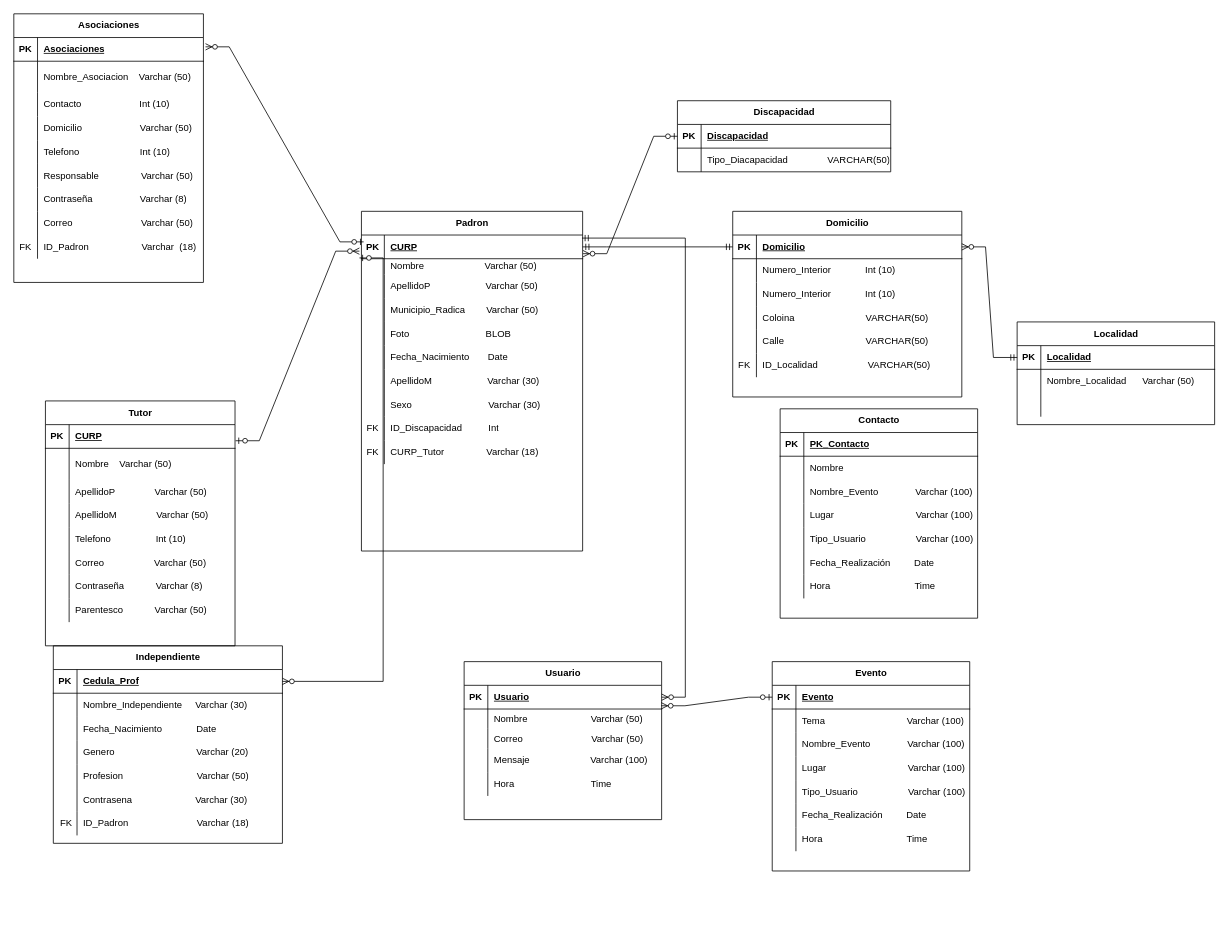
The draw.io diagram diccionario_de_datos.drawio in OSCARCH2002/diagramas, before the edit. Source tidied: cells renumbered, new cells numbered last; positions are measured from the earlier drawing's top-left corner, leaving out a move shared by most shapes. Both pictures are drawn from the tidied source at 79%, with x=0, y=0 at pixel (13, 13).
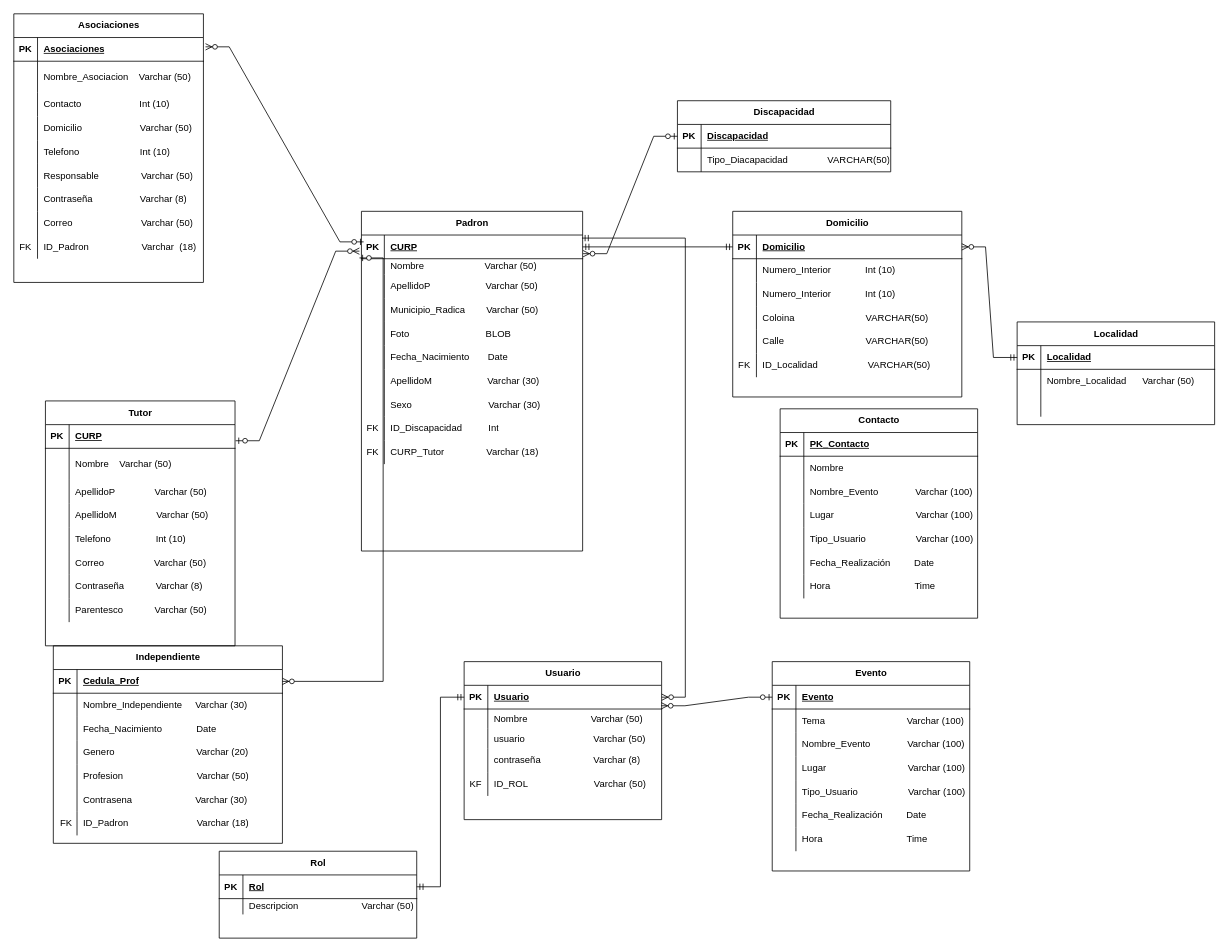
The same page after the edit.

The change refers to these unchanged cells:
```xml
<mxCell id="100" style="shape=tableRow;horizontal=0;startSize=0;swimlaneHead=0;swimlaneBody=0;fillColor=none;points=[[0,0.5],[1,0.5]];portConstraint=eastwest;top=0;left=0;right=0;bottom=1;" parent="99" vertex="1">
  <mxGeometry y="30" width="250" height="30" as="geometry" />
</mxCell>
<mxCell id="106" style="shape=tableRow;horizontal=0;startSize=0;swimlaneHead=0;swimlaneBody=0;fillColor=none;top=0;left=0;right=0;bottom=0;" parent="99" vertex="1">
  <mxGeometry y="85" width="250" height="25" as="geometry" />
</mxCell>
<mxCell id="109" style="shape=tableRow;horizontal=0;startSize=0;swimlaneHead=0;swimlaneBody=0;fillColor=none;top=0;left=0;right=0;bottom=0;" parent="99" vertex="1">
  <mxGeometry y="110" width="250" height="30" as="geometry" />
</mxCell>
<mxCell id="112" style="shape=tableRow;horizontal=0;startSize=0;swimlaneHead=0;swimlaneBody=0;fillColor=none;top=0;left=0;right=0;bottom=0;" parent="99" vertex="1">
  <mxGeometry y="140" width="250" height="30" as="geometry" />
</mxCell>
```

Change to the diagram source:
```diff
@@
-    <mxCell id="108" value="Correo&amp;nbsp; &amp;nbsp; &amp;nbsp; &amp;nbsp; &amp;nbsp; &amp;nbsp; &amp;nbsp; &amp;nbsp; &amp;nbsp; &amp;nbsp; &amp;nbsp; &amp;nbsp; &amp;nbsp; Varchar (50)" style="shape=partialRectangle;fillColor=none;top=0;left=0;bottom=0;right=0;align=left;spacingLeft=6;overflow=hidden;whiteSpace=wrap;html=1;" parent="106" vertex="1">
+    <mxCell id="108" value="usuario&amp;nbsp; &amp;nbsp; &amp;nbsp; &amp;nbsp; &amp;nbsp; &amp;nbsp; &amp;nbsp; &amp;nbsp; &amp;nbsp; &amp;nbsp; &amp;nbsp; &amp;nbsp; &amp;nbsp; Varchar (50)" style="shape=partialRectangle;fillColor=none;top=0;left=0;bottom=0;right=0;align=left;spacingLeft=6;overflow=hidden;whiteSpace=wrap;html=1;" parent="106" vertex="1">
       <mxGeometry x="30" width="220" height="25" as="geometry" />
     </mxCell>
@@
-    <mxCell id="111" value="Mensaje&amp;nbsp; &amp;nbsp; &amp;nbsp; &amp;nbsp; &amp;nbsp; &amp;nbsp; &amp;nbsp; &amp;nbsp; &amp;nbsp; &amp;nbsp; &amp;nbsp; &amp;nbsp;Varchar (100)" style="shape=partialRectangle;fillColor=none;top=0;left=0;bottom=0;right=0;align=left;spacingLeft=6;overflow=hidden;whiteSpace=wrap;html=1;" parent="109" vertex="1">
+    <mxCell id="111" value="contraseña&amp;nbsp; &amp;nbsp; &amp;nbsp; &amp;nbsp; &amp;nbsp; &amp;nbsp; &amp;nbsp; &amp;nbsp; &amp;nbsp; &amp;nbsp; Varchar (8)" style="shape=partialRectangle;fillColor=none;top=0;left=0;bottom=0;right=0;align=left;spacingLeft=6;overflow=hidden;whiteSpace=wrap;html=1;" parent="109" vertex="1">
       <mxGeometry x="30" width="220" height="30" as="geometry" />
     </mxCell>
@@
-    <mxCell id="113" style="shape=partialRectangle;fillColor=none;top=0;left=0;bottom=0;right=0;overflow=hidden;whiteSpace=wrap;html=1;" parent="112" vertex="1">
-      <mxGeometry width="30" height="30" as="geometry" />
-    </mxCell>
-    <mxCell id="114" value="Hora&amp;nbsp; &amp;nbsp; &amp;nbsp; &amp;nbsp; &amp;nbsp; &amp;nbsp; &amp;nbsp; &amp;nbsp; &amp;nbsp; &amp;nbsp; &amp;nbsp; &amp;nbsp; &amp;nbsp; &amp;nbsp; &amp;nbsp;Time&amp;nbsp;" style="shape=partialRectangle;fillColor=none;top=0;left=0;bottom=0;right=0;align=left;spacingLeft=6;overflow=hidden;whiteSpace=wrap;html=1;" parent="112" vertex="1">
-      <mxGeometry x="30" width="220" height="30" as="geometry" />
-    </mxCell>
+    <mxCell id="220" value="KF" style="shape=partialRectangle;fillColor=none;top=0;left=0;bottom=0;right=0;overflow=hidden;whiteSpace=wrap;html=1;" parent="112" vertex="1">
+      <mxGeometry width="30" height="30" as="geometry" />
+    </mxCell>
+    <mxCell id="221" value="ID_ROL&amp;nbsp; &amp;nbsp; &amp;nbsp; &amp;nbsp; &amp;nbsp; &amp;nbsp; &amp;nbsp; &amp;nbsp; &amp;nbsp; &amp;nbsp; &amp;nbsp; &amp;nbsp; &amp;nbsp;Varchar (50)" style="shape=partialRectangle;fillColor=none;top=0;left=0;bottom=0;right=0;align=left;spacingLeft=6;overflow=hidden;whiteSpace=wrap;html=1;" parent="112" vertex="1">
+      <mxGeometry x="30" width="220" height="30" as="geometry" />
+    </mxCell>
@@
+    <mxCell id="222" value="Rol" style="shape=table;startSize=30;childLayout=tableLayout;rowLines=0;fontStyle=1;align=center;html=1;" parent="1" vertex="1">
+      <mxGeometry x="260" y="1060" width="250" height="110" as="geometry" />
+    </mxCell>
+    <mxCell id="223" style="shape=tableRow;horizontal=0;startSize=0;swimlaneHead=0;swimlaneBody=0;fillColor=none;points=[[0,0.5],[1,0.5]];portConstraint=eastwest;top=0;left=0;right=0;bottom=1;" parent="222" vertex="1">
+      <mxGeometry y="30" width="250" height="30" as="geometry" />
+    </mxCell>
+    <mxCell id="224" value="PK" style="shape=partialRectangle;fillColor=none;top=0;left=0;bottom=0;right=0;fontStyle=1;overflow=hidden;whiteSpace=wrap;html=1;" parent="223" vertex="1">
+      <mxGeometry width="30" height="30" as="geometry" />
+    </mxCell>
+    <mxCell id="225" value="Rol" style="shape=partialRectangle;fillColor=none;top=0;left=0;bottom=0;right=0;align=left;spacingLeft=6;fontStyle=5;overflow=hidden;whiteSpace=wrap;html=1;" parent="223" vertex="1">
+      <mxGeometry x="30" width="220" height="30" as="geometry" />
+    </mxCell>
+    <mxCell id="226" style="shape=tableRow;horizontal=0;startSize=0;swimlaneHead=0;swimlaneBody=0;fillColor=none;top=0;left=0;right=0;bottom=0;" parent="222" vertex="1">
+      <mxGeometry y="60" width="250" height="20" as="geometry" />
+    </mxCell>
+    <mxCell id="227" style="shape=partialRectangle;fillColor=none;top=0;left=0;bottom=0;right=0;overflow=hidden;whiteSpace=wrap;html=1;" parent="226" vertex="1">
+      <mxGeometry width="30" height="20" as="geometry" />
+    </mxCell>
+    <mxCell id="228" value="Descripcion&amp;nbsp; &amp;nbsp; &amp;nbsp; &amp;nbsp; &amp;nbsp; &amp;nbsp; &amp;nbsp; &amp;nbsp; &amp;nbsp; &amp;nbsp; &amp;nbsp; &amp;nbsp; Varchar (50)" style="shape=partialRectangle;fillColor=none;top=0;left=0;bottom=0;right=0;align=left;spacingLeft=6;overflow=hidden;whiteSpace=wrap;html=1;" parent="226" vertex="1">
+      <mxGeometry x="30" width="220" height="20" as="geometry" />
+    </mxCell>
+    <mxCell id="229" style="edgeStyle=entityRelationEdgeStyle;fontSize=12;html=1;endArrow=ERmandOne;startArrow=ERmandOne;rounded=0;entryX=0;entryY=0.5;entryDx=0;entryDy=0;exitX=1;exitY=0.5;exitDx=0;exitDy=0;" parent="1" edge="1" source="223" target="100">
+      <mxGeometry relative="1" as="geometry" />
+    </mxCell>
```
